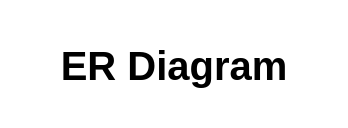
Earlier version of the draw.io diagram page "ER Diagram" (2 of 5) of Online_Car_Rental_System.drawio (Werayootk/Online_Car_Rental_System). Source tidied: cells renumbered, new cells numbered last; positions are measured from the earlier drawing's top-left corner, leaving out a move shared by most shapes. Both pictures are drawn from the tidied source at 200%, with x=0, y=0 at pixel (34, 34).
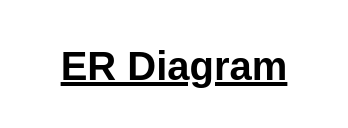
Above is the later version.

The edit, as a diff of the source:
```diff
@@
 <mxGraphModel>
   <root>
     <mxCell id="0" />
     <mxCell id="1" parent="0" />
-    <mxCell id="2" value="ER Diagram" style="text;html=1;strokeColor=none;fillColor=none;align=center;verticalAlign=middle;whiteSpace=wrap;rounded=0;fontStyle=1;fontSize=20;" parent="1" vertex="1">
+    <mxCell id="2" value="ER Diagram" style="text;html=1;strokeColor=none;fillColor=none;align=center;verticalAlign=middle;whiteSpace=wrap;rounded=0;fontStyle=5;fontSize=20;" parent="1" vertex="1">
       <mxGeometry width="140" height="30" as="geometry" />
     </mxCell>
   </root>
 </mxGraphModel>
```
